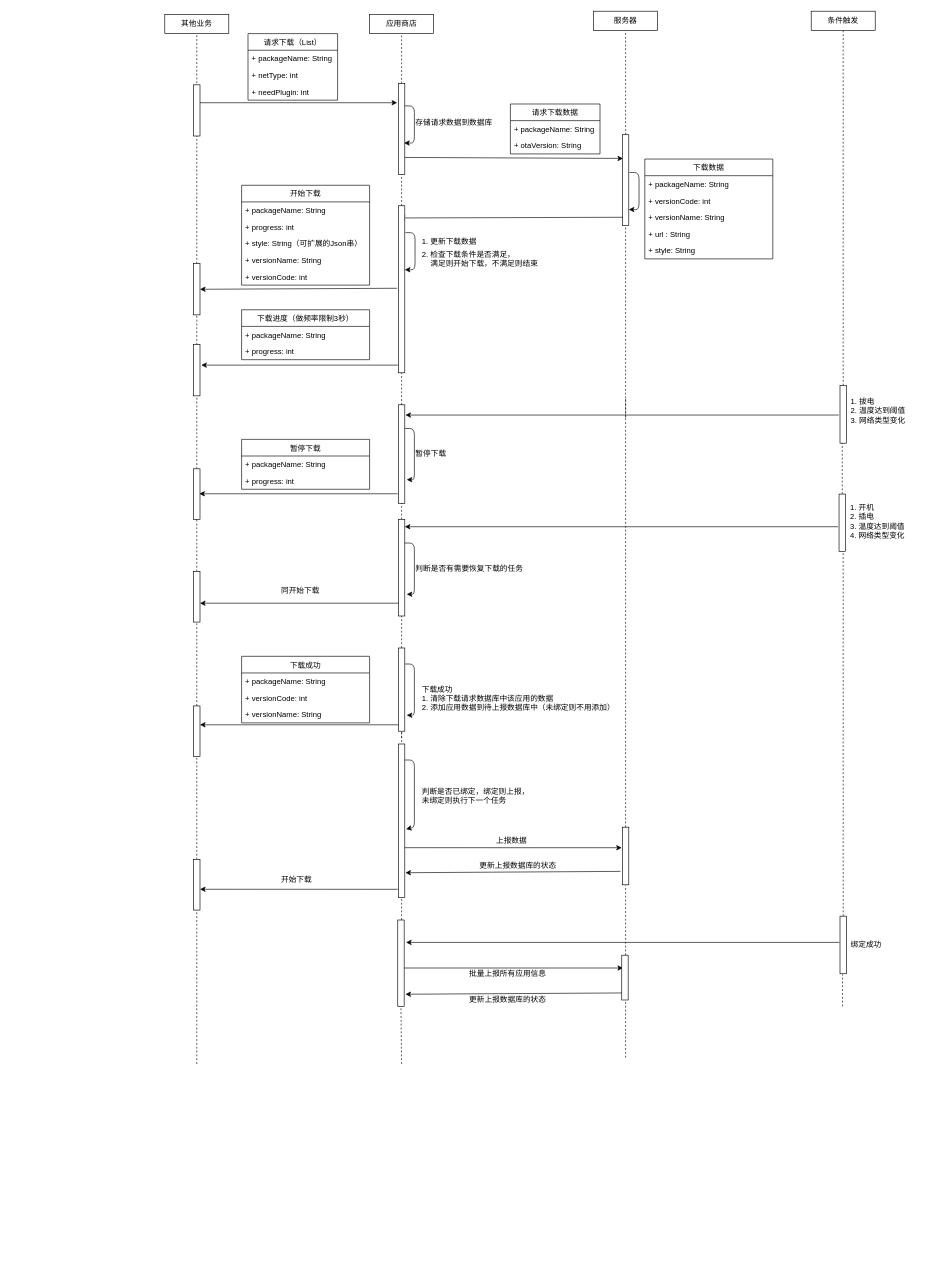
Before: 应用商店通用下载.drawio in HaoFeiWang/UML, a draw.io diagram. Source tidied: cells renumbered, new cells numbered last; positions are measured from the earlier drawing's top-left corner, leaving out a move shared by most shapes. Both pictures are drawn from the tidied source at 64%, with x=0, y=0 at pixel (164, 11).
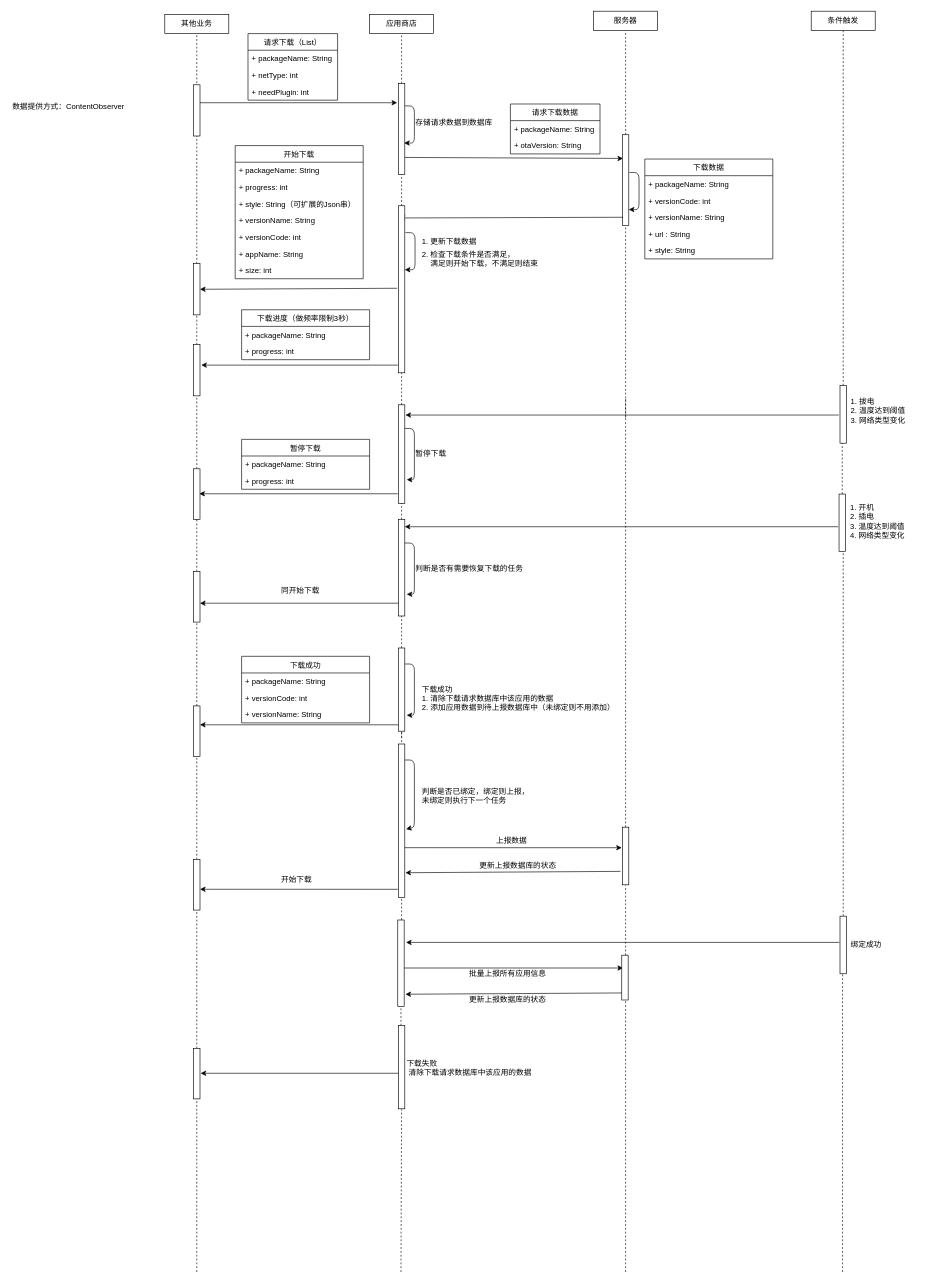
The same diagram, later.

Commit message:
Update 应用商店通用下载.drawio

The change refers to these unchanged cells:
```xml
<mxCell id="103" style="html=1;points=[];perimeter=orthogonalPerimeter;" parent="1" vertex="1">
  <mxGeometry x="364" y="1420" width="10" height="135" as="geometry" />
</mxCell>
<mxCell id="106" style="html=1;points=[];perimeter=orthogonalPerimeter;" parent="1" vertex="1">
  <mxGeometry x="714" y="1475" width="10" height="70" as="geometry" />
</mxCell>
<mxCell id="116" style="html=1;points=[];perimeter=orthogonalPerimeter;" parent="1" vertex="1">
  <mxGeometry x="45" y="1325.5" width="10" height="79" as="geometry" />
</mxCell>
```

The edit, as a diff of the source:
```diff
@@
     <mxCell id="22" value="开始下载" style="swimlane;fontStyle=0;horizontal=1;startSize=26;fillColor=none;" parent="1" vertex="1">
-      <mxGeometry x="120" y="272" width="200" height="156" as="geometry" />
+      <mxGeometry x="110" y="210" width="200" height="208" as="geometry" />
     </mxCell>
@@
-    <mxCell id="27" value="+ versionCode: int&#10;&#10;" style="text;strokeColor=none;fillColor=none;align=left;verticalAlign=top;spacingLeft=4;spacingRight=4;overflow=hidden;" parent="22" vertex="1">
+    <mxCell id="27" value="+ versionCode: int&#10;&#10;&#10;" style="text;strokeColor=none;fillColor=none;align=left;verticalAlign=top;spacingLeft=4;spacingRight=4;overflow=hidden;" parent="22" vertex="1">
       <mxGeometry y="130" width="200" height="26" as="geometry" />
     </mxCell>
+    <mxCell id="119" value="+ appName: String &#10;&#10;&#10;" style="text;strokeColor=none;fillColor=none;align=left;verticalAlign=top;spacingLeft=4;spacingRight=4;overflow=hidden;" parent="22" vertex="1">
+      <mxGeometry y="156" width="200" height="26" as="geometry" />
+    </mxCell>
+    <mxCell id="120" value="+ size: int&#10;&#10;&#10;" style="text;strokeColor=none;fillColor=none;align=left;verticalAlign=top;spacingLeft=4;spacingRight=4;overflow=hidden;" parent="22" vertex="1">
+      <mxGeometry y="182" width="200" height="26" as="geometry" />
+    </mxCell>
@@
     <mxCell id="98" style="endArrow=none;dashed=1;html=1;" parent="1" edge="1">
       <mxGeometry relative="1" as="geometry">
-        <mxPoint x="1059" y="1555" as="sourcePoint" />
+        <mxPoint x="1059" y="1970" as="sourcePoint" />
         <mxPoint x="1059" y="1505" as="targetPoint" />
       </mxGeometry>
     </mxCell>
@@
-    <mxCell id="104" style="endArrow=none;dashed=1;html=1;entryX=0.5;entryY=1.006;entryDx=0;entryDy=0;entryPerimeter=0;" parent="1" edge="1" target="103">
-      <mxGeometry relative="1" as="geometry">
-        <mxPoint x="370" y="1645" as="sourcePoint" />
-      </mxGeometry>
+    <mxCell id="104" style="endArrow=none;dashed=1;html=1;entryX=0.5;entryY=1.006;entryDx=0;entryDy=0;entryPerimeter=0;" parent="1" edge="1" source="122" target="103">
+      <mxGeometry relative="1" as="geometry" />
     </mxCell>
@@
     <mxCell id="107" style="endArrow=none;dashed=1;html=1;" parent="1" edge="1" target="106">
       <mxGeometry relative="1" as="geometry">
-        <mxPoint x="720" y="1635" as="sourcePoint" />
+        <mxPoint x="720" y="1970" as="sourcePoint" />
       </mxGeometry>
     </mxCell>
@@
-    <mxCell id="117" style="endArrow=none;dashed=1;html=1;" parent="1" edge="1" target="116">
-      <mxGeometry relative="1" as="geometry">
-        <mxPoint x="50" y="1645" as="sourcePoint" />
-      </mxGeometry>
+    <mxCell id="117" style="endArrow=none;dashed=1;html=1;" parent="1" edge="1" source="126" target="116">
+      <mxGeometry relative="1" as="geometry" />
     </mxCell>
@@
+    <mxCell id="121" value="数据提供方式：ContentObserver&lt;br&gt;&lt;br&gt;" style="text;html=1;align=left;verticalAlign=top;spacingTop=-4;" parent="1" vertex="1">
+      <mxGeometry x="-240" y="139" width="190" height="30" as="geometry" />
+    </mxCell>
+    <mxCell id="122" style="html=1;points=[];perimeter=orthogonalPerimeter;" parent="1" vertex="1">
+      <mxGeometry x="365" y="1585" width="10" height="130" as="geometry" />
+    </mxCell>
+    <mxCell id="123" style="endArrow=none;dashed=1;html=1;entryX=0.5;entryY=1.006;entryDx=0;entryDy=0;entryPerimeter=0;" parent="1" edge="1" target="122">
+      <mxGeometry relative="1" as="geometry">
+        <mxPoint x="369" y="1970" as="sourcePoint" />
+      </mxGeometry>
+    </mxCell>
+    <mxCell id="124" value="下载失败&lt;br&gt;&amp;nbsp;清除下载请求数据库中该应用的数据" style="text;html=1;" parent="1" vertex="1">
+      <mxGeometry x="376" y="1630" width="280" height="30" as="geometry" />
+    </mxCell>
+    <mxCell id="125" style="endArrow=classic;html=1;exitX=-0.1;exitY=0.946;exitDx=0;exitDy=0;exitPerimeter=0;" parent="1" edge="1">
+      <mxGeometry relative="1" as="geometry">
+        <mxPoint x="365" y="1659.5" as="sourcePoint" />
+        <mxPoint x="56" y="1659.5" as="targetPoint" />
+      </mxGeometry>
+    </mxCell>
+    <mxCell id="126" style="html=1;points=[];perimeter=orthogonalPerimeter;" parent="1" vertex="1">
+      <mxGeometry x="45" y="1620.5" width="10" height="79" as="geometry" />
+    </mxCell>
+    <mxCell id="127" style="endArrow=none;dashed=1;html=1;" parent="1" edge="1" target="126">
+      <mxGeometry relative="1" as="geometry">
+        <mxPoint x="50" y="1970" as="sourcePoint" />
+      </mxGeometry>
+    </mxCell>
```
